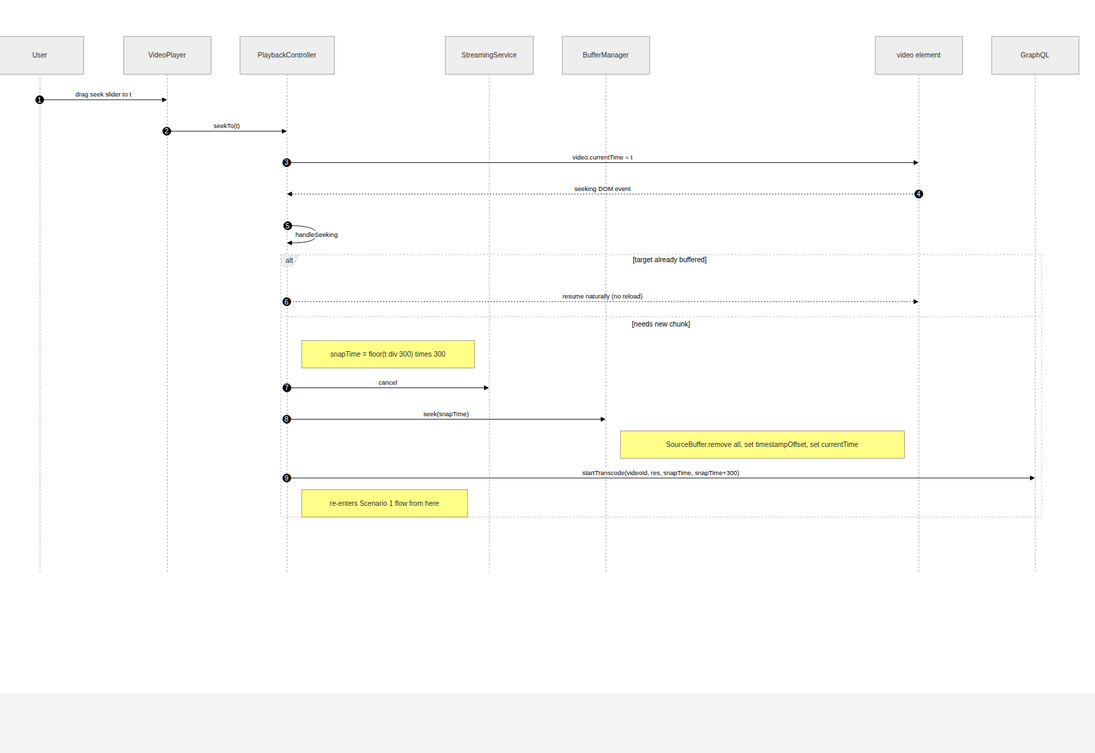
This is docs/diagrams/streaming-03-seek.png from ngareleo/xstream, a Mermaid export, as it was before one commit. Its source is kept beside it as docs/diagrams/streaming-03-seek.mmd.
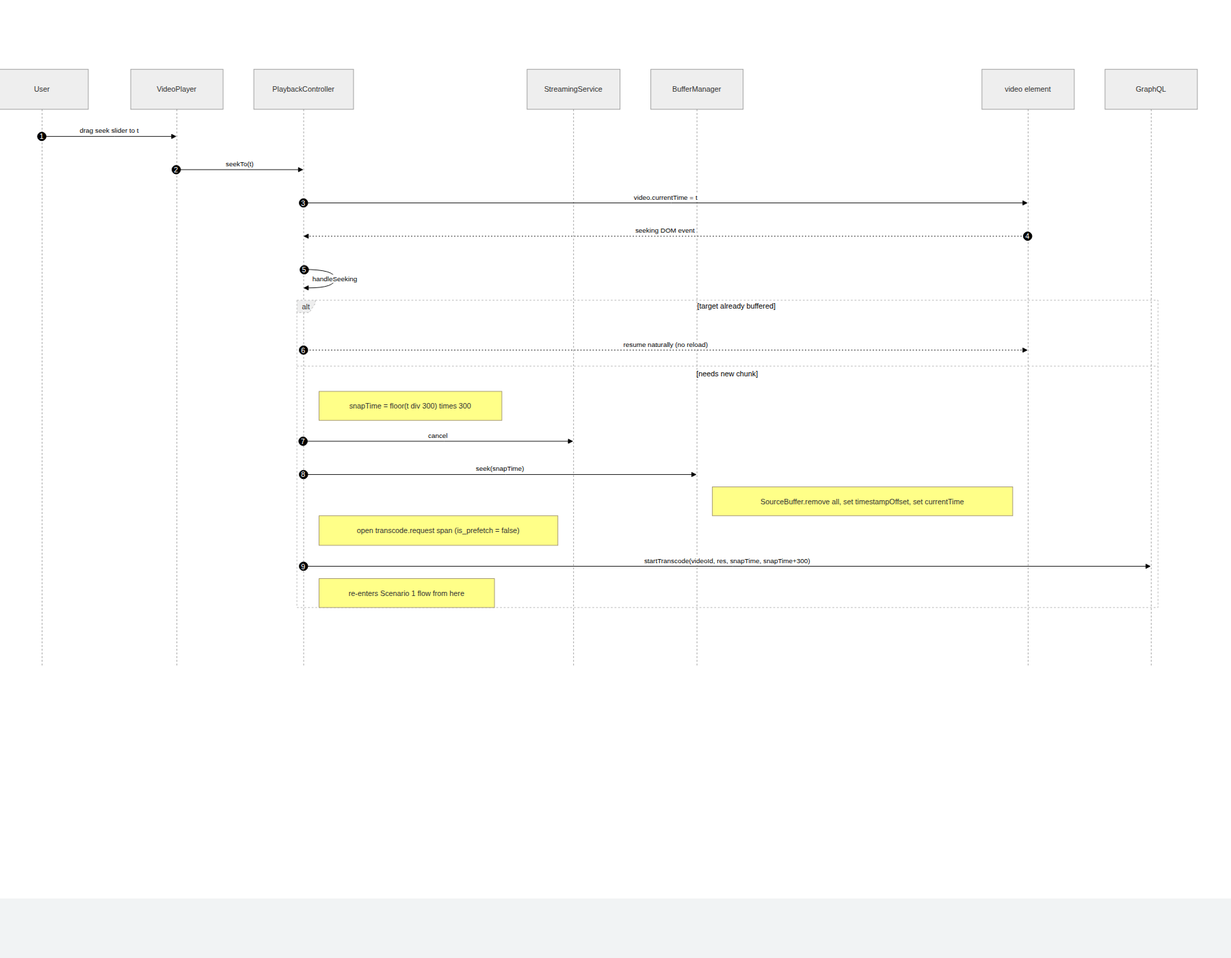
The same diagram one commit later.

What changed in the source:
```diff
@@ -21,6 +21,7 @@
         PC->>SS: cancel
         PC->>BM: seek(snapTime)
         Note right of BM: SourceBuffer.remove all, set timestampOffset, set currentTime
+        Note right of PC: open transcode.request span (is_prefetch = false)
         PC->>GQL: startTranscode(videoId, res, snapTime, snapTime+300)
         Note right of PC: re-enters Scenario 1 flow from here
     end
```
